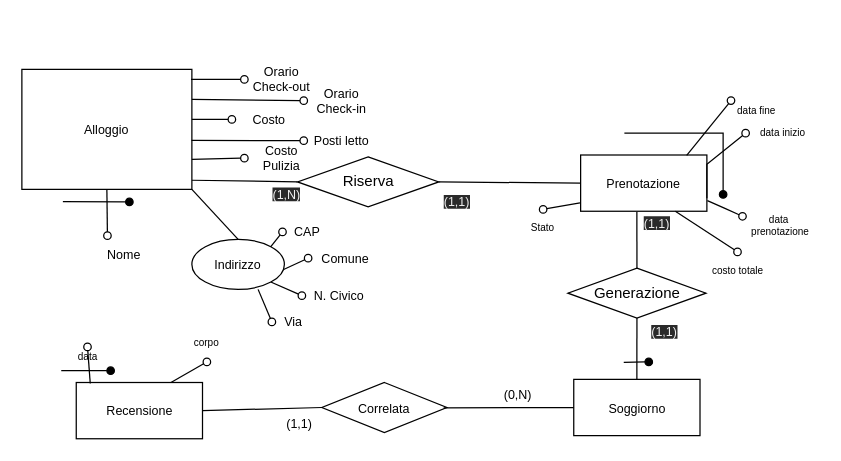
The draw.io diagram page "Page-6" (6 of 16) of ER.drawio in eduardz1/Home-Booking, before the edit. Source tidied: cells renumbered, new cells numbered last; positions are measured from the earlier drawing's top-left corner, leaving out a move shared by most shapes. Both pictures are drawn from the tidied source at 125%, with x=0, y=0 at pixel (21, 60).
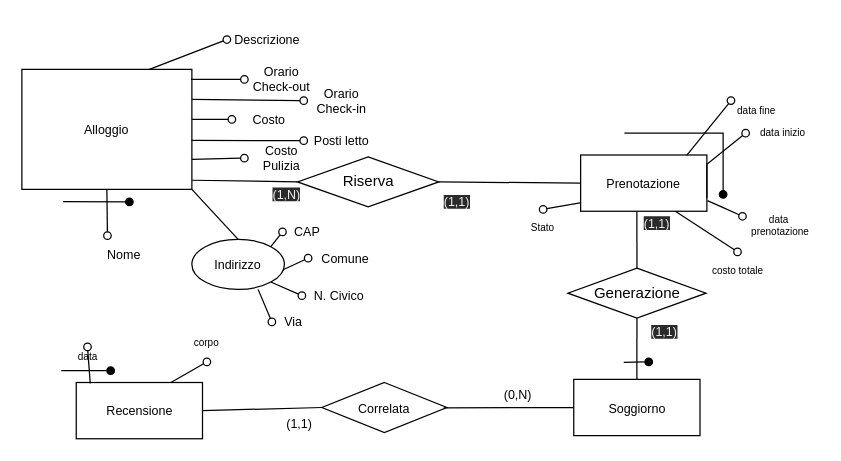
The same diagram, later.

The change refers to these unchanged cells:
```xml
<mxCell id="3" value="&lt;font style=&quot;font-size: 10px;&quot;&gt;Alloggio&lt;/font&gt;" style="rounded=0;whiteSpace=wrap;html=1;fontSize=10;" parent="1" vertex="1">
  <mxGeometry y="7" width="136" height="96" as="geometry" />
</mxCell>
```

Change to the diagram source:
```diff
@@
+    <mxCell id="66" value="Descrizione" style="text;html=1;strokeColor=none;fillColor=none;align=center;verticalAlign=middle;whiteSpace=wrap;rounded=0;labelBackgroundColor=none;labelBorderColor=none;fontSize=10;" parent="1" vertex="1">
+      <mxGeometry x="164" y="-31.9" width="65" height="30" as="geometry" />
+    </mxCell>
+    <mxCell id="67" style="endArrow=none;html=1;rounded=0;align=center;verticalAlign=top;endFill=0;labelBackgroundColor=none;endSize=6;startArrow=oval;startFill=0;fontSize=10;fillColor=none;exitX=0;exitY=0.5;exitDx=0;exitDy=0;entryX=0.75;entryY=0;entryDx=0;entryDy=0;" parent="1" edge="1" source="66" target="3">
+      <mxGeometry relative="1" as="geometry" />
+    </mxCell>
```
